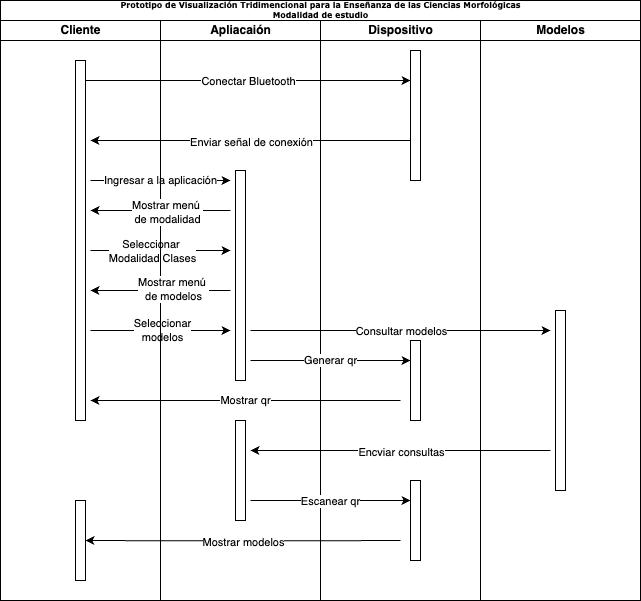
This is Trabajo-Terminal/Recursos/Diagramas diseño/Diagrama de secuencia 1.drawio.png from EmmanuelME25/Trabajo-Terminal, a draw.io export, as it was before one commit. Source tidied: cells renumbered, new cells last; positions are measured from the earlier drawing's top-left corner, leaving out a move shared by most shapes. Its diagram source:
```xml
<mxGraphModel>
  <root>
    <mxCell id="0" />
    <mxCell id="1" parent="0" />
    <mxCell id="2" value="Prototipo de Visualización Tridimencional para la Enseñanza de las Ciencias Morfológicas&lt;br&gt;Modalidad de estudio" style="swimlane;html=1;startSize=20;rounded=0;shadow=0;labelBackgroundColor=none;strokeWidth=1;fontFamily=Verdana;fontSize=8;align=center;" parent="1" vertex="1">
      <mxGeometry width="640" height="600" as="geometry" />
    </mxCell>
    <mxCell id="3" value="Cliente" style="swimlane;html=1;startSize=20;" parent="2" vertex="1">
      <mxGeometry y="20" width="160" height="580" as="geometry" />
    </mxCell>
    <mxCell id="4" value="Ingresar a la aplicación" style="edgeStyle=orthogonalEdgeStyle;rounded=0;orthogonalLoop=1;jettySize=auto;html=1;curved=0;" parent="3" edge="1">
      <mxGeometry relative="1" as="geometry">
        <mxPoint x="90" y="160" as="sourcePoint" />
        <mxPoint x="230" y="160" as="targetPoint" />
      </mxGeometry>
    </mxCell>
    <mxCell id="5" style="edgeStyle=orthogonalEdgeStyle;rounded=0;orthogonalLoop=1;jettySize=auto;html=1;curved=0;" parent="3" edge="1">
      <mxGeometry relative="1" as="geometry">
        <mxPoint x="90" y="230" as="sourcePoint" />
        <mxPoint x="230" y="230" as="targetPoint" />
      </mxGeometry>
    </mxCell>
    <mxCell id="6" value="Seleccionar&amp;nbsp;&lt;br&gt;Modalidad Clases" style="edgeLabel;html=1;align=center;verticalAlign=middle;" parent="5" vertex="1">
      <mxGeometry x="0.07" relative="1" as="geometry">
        <mxPoint x="-14" as="offset" />
      </mxGeometry>
    </mxCell>
    <mxCell id="7" style="edgeStyle=orthogonalEdgeStyle;rounded=0;orthogonalLoop=1;jettySize=auto;html=1;curved=0;" parent="3" edge="1">
      <mxGeometry relative="1" as="geometry">
        <mxPoint x="90" y="310" as="sourcePoint" />
        <mxPoint x="230" y="310" as="targetPoint" />
      </mxGeometry>
    </mxCell>
    <mxCell id="8" value="Seleccionar &lt;br&gt;modelos" style="edgeLabel;html=1;align=center;verticalAlign=middle;" parent="7" vertex="1">
      <mxGeometry x="0.01" y="1" relative="1" as="geometry" />
    </mxCell>
    <mxCell id="9" style="html=1;points=[[0,0,0,0,5],[0,1,0,0,-5],[1,0,0,0,5],[1,1,0,0,-5]];perimeter=orthogonalPerimeter;outlineConnect=0;targetShapes=umlLifeline;portConstraint=eastwest;newEdgeStyle={&quot;curved&quot;:0,&quot;rounded&quot;:0};" parent="3" vertex="1">
      <mxGeometry x="75" y="40" width="10" height="360" as="geometry" />
    </mxCell>
    <mxCell id="10" style="html=1;points=[[0,0,0,0,5],[0,1,0,0,-5],[1,0,0,0,5],[1,1,0,0,-5]];perimeter=orthogonalPerimeter;outlineConnect=0;targetShapes=umlLifeline;portConstraint=eastwest;newEdgeStyle={&quot;curved&quot;:0,&quot;rounded&quot;:0};" parent="3" vertex="1">
      <mxGeometry x="75" y="480" width="10" height="80" as="geometry" />
    </mxCell>
    <mxCell id="11" value="Apliacaión" style="swimlane;html=1;startSize=20;" parent="2" vertex="1">
      <mxGeometry x="160" y="20" width="160" height="580" as="geometry" />
    </mxCell>
    <mxCell id="12" style="edgeStyle=orthogonalEdgeStyle;rounded=0;orthogonalLoop=1;jettySize=auto;html=1;curved=0;" parent="11" edge="1">
      <mxGeometry relative="1" as="geometry">
        <mxPoint x="70" y="190" as="sourcePoint" />
        <mxPoint x="-70" y="190" as="targetPoint" />
      </mxGeometry>
    </mxCell>
    <mxCell id="13" value="Mostrar menú&amp;nbsp;&lt;br&gt;de modalidad" style="edgeLabel;html=1;align=center;verticalAlign=middle;" parent="12" vertex="1">
      <mxGeometry x="-0.08" y="1" relative="1" as="geometry" />
    </mxCell>
    <mxCell id="14" style="edgeStyle=orthogonalEdgeStyle;rounded=0;orthogonalLoop=1;jettySize=auto;html=1;curved=0;" parent="11" edge="1">
      <mxGeometry relative="1" as="geometry">
        <mxPoint x="70" y="270" as="sourcePoint" />
        <mxPoint x="-70" y="270" as="targetPoint" />
      </mxGeometry>
    </mxCell>
    <mxCell id="15" value="Mostrar menú&amp;nbsp;&lt;br&gt;de modelos" style="edgeLabel;html=1;align=center;verticalAlign=middle;" parent="14" vertex="1">
      <mxGeometry x="-0.17" y="-2" relative="1" as="geometry" />
    </mxCell>
    <mxCell id="16" style="edgeStyle=orthogonalEdgeStyle;rounded=0;orthogonalLoop=1;jettySize=auto;html=1;curved=0;" parent="11" edge="1">
      <mxGeometry relative="1" as="geometry">
        <mxPoint x="90" y="310" as="sourcePoint" />
        <mxPoint x="390" y="310" as="targetPoint" />
      </mxGeometry>
    </mxCell>
    <mxCell id="17" value="Consultar modelos" style="edgeLabel;html=1;align=center;verticalAlign=middle;" parent="16" vertex="1">
      <mxGeometry relative="1" as="geometry" />
    </mxCell>
    <mxCell id="18" style="html=1;perimeter=orthogonalPerimeter;targetShapes=umlLifeline;newEdgeStyle={&quot;curved&quot;:0,&quot;rounded&quot;:0};" parent="11" vertex="1">
      <mxGeometry x="75" y="150" width="10" height="210" as="geometry" />
    </mxCell>
    <mxCell id="19" style="html=1;perimeter=orthogonalPerimeter;targetShapes=umlLifeline;newEdgeStyle={&quot;curved&quot;:0,&quot;rounded&quot;:0};" parent="11" vertex="1">
      <mxGeometry x="75" y="400" width="10" height="100" as="geometry" />
    </mxCell>
    <mxCell id="20" value="Dispositivo" style="swimlane;html=1;startSize=20;" parent="2" vertex="1">
      <mxGeometry x="320" y="20" width="160" height="580" as="geometry" />
    </mxCell>
    <mxCell id="21" style="html=1;points=[[0,0,0,0,5],[0,1,0,0,-5],[1,0,0,0,5],[1,1,0,0,-5]];perimeter=orthogonalPerimeter;outlineConnect=0;targetShapes=umlLifeline;portConstraint=eastwest;newEdgeStyle={&quot;curved&quot;:0,&quot;rounded&quot;:0};" parent="20" vertex="1">
      <mxGeometry x="90" y="30" width="10" height="130" as="geometry" />
    </mxCell>
    <mxCell id="22" value="Mostrar qr" style="edgeStyle=orthogonalEdgeStyle;rounded=0;orthogonalLoop=1;jettySize=auto;html=1;curved=0;" parent="20" edge="1">
      <mxGeometry relative="1" as="geometry">
        <mxPoint x="80" y="380" as="sourcePoint" />
        <mxPoint x="-230" y="380" as="targetPoint" />
      </mxGeometry>
    </mxCell>
    <mxCell id="23" style="html=1;perimeter=orthogonalPerimeter;targetShapes=umlLifeline;newEdgeStyle={&quot;curved&quot;:0,&quot;rounded&quot;:0};" parent="20" vertex="1">
      <mxGeometry x="90" y="320" width="10" height="80" as="geometry" />
    </mxCell>
    <mxCell id="24" value="Generar qr" style="edgeStyle=orthogonalEdgeStyle;rounded=0;orthogonalLoop=1;jettySize=auto;html=1;curved=0;" parent="20" edge="1">
      <mxGeometry relative="1" as="geometry">
        <mxPoint x="-70" y="340" as="sourcePoint" />
        <mxPoint x="90" y="340" as="targetPoint" />
      </mxGeometry>
    </mxCell>
    <mxCell id="25" style="html=1;perimeter=orthogonalPerimeter;targetShapes=umlLifeline;newEdgeStyle={&quot;curved&quot;:0,&quot;rounded&quot;:0};" parent="20" vertex="1">
      <mxGeometry x="90" y="460" width="10" height="80" as="geometry" />
    </mxCell>
    <mxCell id="26" style="edgeStyle=orthogonalEdgeStyle;rounded=0;orthogonalLoop=1;jettySize=auto;html=1;curved=0;" parent="20" edge="1">
      <mxGeometry relative="1" as="geometry">
        <mxPoint x="-70" y="480" as="sourcePoint" />
        <mxPoint x="90" y="480" as="targetPoint" />
      </mxGeometry>
    </mxCell>
    <mxCell id="27" value="Escanear qr" style="edgeLabel;html=1;align=center;verticalAlign=middle;" parent="26" vertex="1">
      <mxGeometry x="-0.01" relative="1" as="geometry" />
    </mxCell>
    <mxCell id="28" value="Modelos" style="swimlane;html=1;startSize=20;" parent="2" vertex="1">
      <mxGeometry x="480" y="20" width="160" height="580" as="geometry" />
    </mxCell>
    <mxCell id="29" style="edgeStyle=orthogonalEdgeStyle;rounded=0;orthogonalLoop=1;jettySize=auto;html=1;curved=0;" parent="28" edge="1">
      <mxGeometry relative="1" as="geometry">
        <mxPoint x="70" y="430" as="sourcePoint" />
        <mxPoint x="-230" y="430" as="targetPoint" />
      </mxGeometry>
    </mxCell>
    <mxCell id="30" value="Encviar consultas" style="edgeLabel;html=1;align=center;verticalAlign=middle;" parent="29" vertex="1">
      <mxGeometry y="1" relative="1" as="geometry" />
    </mxCell>
    <mxCell id="31" style="html=1;perimeter=orthogonalPerimeter;targetShapes=umlLifeline;newEdgeStyle={&quot;curved&quot;:0,&quot;rounded&quot;:0};" parent="28" vertex="1">
      <mxGeometry x="75" y="290" width="10" height="180" as="geometry" />
    </mxCell>
    <mxCell id="32" style="edgeStyle=orthogonalEdgeStyle;rounded=0;jettySize=auto;html=1;" parent="2" edge="1" source="9" target="21">
      <mxGeometry relative="1" as="geometry">
        <Array as="points">
          <mxPoint x="400" y="80" />
          <mxPoint x="400" y="80" />
        </Array>
      </mxGeometry>
    </mxCell>
    <mxCell id="33" value="Conectar Bluetooth" style="edgeLabel;html=1;align=center;verticalAlign=middle;" parent="32" vertex="1">
      <mxGeometry relative="1" as="geometry" />
    </mxCell>
    <mxCell id="34" style="edgeStyle=orthogonalEdgeStyle;rounded=0;jettySize=auto;html=1;curved=0;" parent="2" edge="1" source="21">
      <mxGeometry relative="1" as="geometry">
        <mxPoint x="90" y="140" as="targetPoint" />
        <Array as="points">
          <mxPoint x="89" y="140" />
        </Array>
      </mxGeometry>
    </mxCell>
    <mxCell id="35" value="Enviar señal de conexión" style="edgeLabel;html=1;align=center;verticalAlign=middle;" parent="34" vertex="1">
      <mxGeometry x="0.37" y="1" relative="1" as="geometry">
        <mxPoint x="60" as="offset" />
      </mxGeometry>
    </mxCell>
    <mxCell id="36" style="edgeStyle=orthogonalEdgeStyle;rounded=0;jettySize=auto;html=1;curved=0;" parent="2" edge="1" target="10">
      <mxGeometry relative="1" as="geometry">
        <mxPoint x="400" y="540" as="sourcePoint" />
      </mxGeometry>
    </mxCell>
    <mxCell id="37" value="Mostrar modelos" style="edgeLabel;html=1;align=center;verticalAlign=middle;" parent="36" vertex="1">
      <mxGeometry y="1" relative="1" as="geometry">
        <mxPoint x="-1" as="offset" />
      </mxGeometry>
    </mxCell>
  </root>
</mxGraphModel>
```
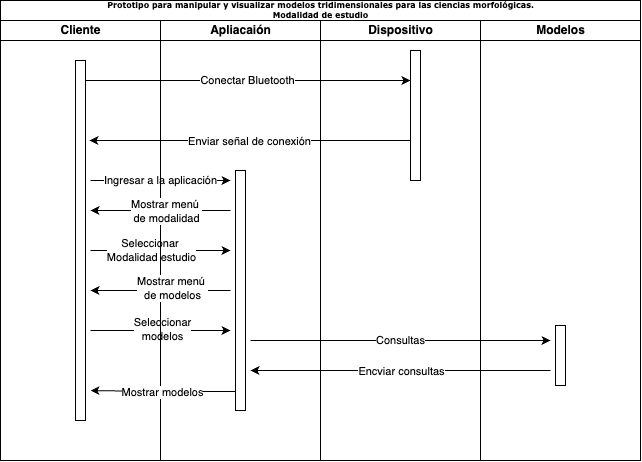
After the commit.

What changed in the source:
```diff
@@ -2,11 +2,11 @@
   <root>
     <mxCell id="0" />
     <mxCell id="1" parent="0" />
-    <mxCell id="2" value="Prototipo de Visualización Tridimencional para la Enseñanza de las Ciencias Morfológicas&lt;br&gt;Modalidad de estudio" style="swimlane;html=1;startSize=20;rounded=0;shadow=0;labelBackgroundColor=none;strokeWidth=1;fontFamily=Verdana;fontSize=8;align=center;" parent="1" vertex="1">
-      <mxGeometry width="640" height="600" as="geometry" />
+    <mxCell id="2" value="Prototipo para manipular y visualizar modelos tridimensionales para las ciencias morfológicas.&lt;br&gt;Modalidad de estudio" style="swimlane;html=1;startSize=20;rounded=0;shadow=0;labelBackgroundColor=none;strokeWidth=1;fontFamily=Verdana;fontSize=8;align=center;" parent="1" vertex="1">
+      <mxGeometry width="640" height="460" as="geometry" />
     </mxCell>
     <mxCell id="3" value="Cliente" style="swimlane;html=1;startSize=20;" parent="2" vertex="1">
-      <mxGeometry y="20" width="160" height="580" as="geometry" />
+      <mxGeometry y="20" width="160" height="440" as="geometry" />
     </mxCell>
     <mxCell id="4" value="Ingresar a la aplicación" style="edgeStyle=orthogonalEdgeStyle;rounded=0;orthogonalLoop=1;jettySize=auto;html=1;curved=0;" parent="3" edge="1">
       <mxGeometry relative="1" as="geometry">
@@ -20,7 +20,7 @@
         <mxPoint x="230" y="230" as="targetPoint" />
       </mxGeometry>
     </mxCell>
-    <mxCell id="6" value="Seleccionar&amp;nbsp;&lt;br&gt;Modalidad Clases" style="edgeLabel;html=1;align=center;verticalAlign=middle;" parent="5" vertex="1">
+    <mxCell id="6" value="Seleccionar&amp;nbsp;&lt;br&gt;Modalidad estudio" style="edgeLabel;html=1;align=center;verticalAlign=middle;" parent="5" vertex="1">
       <mxGeometry x="0.07" relative="1" as="geometry">
         <mxPoint x="-14" as="offset" />
       </mxGeometry>
@@ -37,11 +37,8 @@
     <mxCell id="9" style="html=1;points=[[0,0,0,0,5],[0,1,0,0,-5],[1,0,0,0,5],[1,1,0,0,-5]];perimeter=orthogonalPerimeter;outlineConnect=0;targetShapes=umlLifeline;portConstraint=eastwest;newEdgeStyle={&quot;curved&quot;:0,&quot;rounded&quot;:0};" parent="3" vertex="1">
       <mxGeometry x="75" y="40" width="10" height="360" as="geometry" />
     </mxCell>
-    <mxCell id="10" style="html=1;points=[[0,0,0,0,5],[0,1,0,0,-5],[1,0,0,0,5],[1,1,0,0,-5]];perimeter=orthogonalPerimeter;outlineConnect=0;targetShapes=umlLifeline;portConstraint=eastwest;newEdgeStyle={&quot;curved&quot;:0,&quot;rounded&quot;:0};" parent="3" vertex="1">
-      <mxGeometry x="75" y="480" width="10" height="80" as="geometry" />
-    </mxCell>
     <mxCell id="11" value="Apliacaión" style="swimlane;html=1;startSize=20;" parent="2" vertex="1">
-      <mxGeometry x="160" y="20" width="160" height="580" as="geometry" />
+      <mxGeometry x="160" y="20" width="160" height="440" as="geometry" />
     </mxCell>
     <mxCell id="12" style="edgeStyle=orthogonalEdgeStyle;rounded=0;orthogonalLoop=1;jettySize=auto;html=1;curved=0;" parent="11" edge="1">
       <mxGeometry relative="1" as="geometry">
@@ -61,68 +58,55 @@
     <mxCell id="15" value="Mostrar menú&amp;nbsp;&lt;br&gt;de modelos" style="edgeLabel;html=1;align=center;verticalAlign=middle;" parent="14" vertex="1">
       <mxGeometry x="-0.17" y="-2" relative="1" as="geometry" />
     </mxCell>
+    <mxCell id="18" style="html=1;perimeter=orthogonalPerimeter;targetShapes=umlLifeline;newEdgeStyle={&quot;curved&quot;:0,&quot;rounded&quot;:0};" parent="11" vertex="1">
+      <mxGeometry x="75" y="150" width="10" height="240" as="geometry" />
+    </mxCell>
+    <mxCell id="36" style="edgeStyle=orthogonalEdgeStyle;rounded=0;orthogonalLoop=1;jettySize=auto;html=1;curved=0;" parent="11" edge="1">
+      <mxGeometry relative="1" as="geometry">
+        <mxPoint x="75" y="370" as="sourcePoint" />
+        <mxPoint x="-70" y="370" as="targetPoint" />
+        <Array as="points">
+          <mxPoint x="75" y="371" />
+          <mxPoint x="3" y="371" />
+          <mxPoint x="3" y="370" />
+          <mxPoint x="-70" y="370" />
+        </Array>
+      </mxGeometry>
+    </mxCell>
+    <mxCell id="37" value="Mostrar modelos" style="edgeLabel;html=1;align=center;verticalAlign=middle;" parent="36" vertex="1">
+      <mxGeometry y="1" relative="1" as="geometry">
+        <mxPoint x="-1" as="offset" />
+      </mxGeometry>
+    </mxCell>
+    <mxCell id="20" value="Dispositivo" style="swimlane;html=1;startSize=20;" parent="2" vertex="1">
+      <mxGeometry x="320" y="20" width="160" height="440" as="geometry" />
+    </mxCell>
+    <mxCell id="21" style="html=1;points=[[0,0,0,0,5],[0,1,0,0,-5],[1,0,0,0,5],[1,1,0,0,-5]];perimeter=orthogonalPerimeter;outlineConnect=0;targetShapes=umlLifeline;portConstraint=eastwest;newEdgeStyle={&quot;curved&quot;:0,&quot;rounded&quot;:0};" parent="20" vertex="1">
+      <mxGeometry x="90" y="30" width="10" height="130" as="geometry" />
+    </mxCell>
-    <mxCell id="16" style="edgeStyle=orthogonalEdgeStyle;rounded=0;orthogonalLoop=1;jettySize=auto;html=1;curved=0;" parent="11" edge="1">
+    <mxCell id="16" style="edgeStyle=orthogonalEdgeStyle;rounded=0;orthogonalLoop=1;jettySize=auto;html=1;curved=0;" parent="20" edge="1">
       <mxGeometry relative="1" as="geometry">
-        <mxPoint x="90" y="310" as="sourcePoint" />
-        <mxPoint x="390" y="310" as="targetPoint" />
+        <mxPoint x="-70" y="320" as="sourcePoint" />
+        <mxPoint x="230" y="320" as="targetPoint" />
       </mxGeometry>
     </mxCell>
-    <mxCell id="17" value="Consultar modelos" style="edgeLabel;html=1;align=center;verticalAlign=middle;" parent="16" vertex="1">
+    <mxCell id="17" value="Consultas" style="edgeLabel;html=1;align=center;verticalAlign=middle;" parent="16" vertex="1">
       <mxGeometry relative="1" as="geometry" />
     </mxCell>
-    <mxCell id="18" style="html=1;perimeter=orthogonalPerimeter;targetShapes=umlLifeline;newEdgeStyle={&quot;curved&quot;:0,&quot;rounded&quot;:0};" parent="11" vertex="1">
-      <mxGeometry x="75" y="150" width="10" height="210" as="geometry" />
-    </mxCell>
-    <mxCell id="19" style="html=1;perimeter=orthogonalPerimeter;targetShapes=umlLifeline;newEdgeStyle={&quot;curved&quot;:0,&quot;rounded&quot;:0};" parent="11" vertex="1">
-      <mxGeometry x="75" y="400" width="10" height="100" as="geometry" />
-    </mxCell>
-    <mxCell id="20" value="Dispositivo" style="swimlane;html=1;startSize=20;" parent="2" vertex="1">
-      <mxGeometry x="320" y="20" width="160" height="580" as="geometry" />
-    </mxCell>
-    <mxCell id="21" style="html=1;points=[[0,0,0,0,5],[0,1,0,0,-5],[1,0,0,0,5],[1,1,0,0,-5]];perimeter=orthogonalPerimeter;outlineConnect=0;targetShapes=umlLifeline;portConstraint=eastwest;newEdgeStyle={&quot;curved&quot;:0,&quot;rounded&quot;:0};" parent="20" vertex="1">
-      <mxGeometry x="90" y="30" width="10" height="130" as="geometry" />
-    </mxCell>
-    <mxCell id="22" value="Mostrar qr" style="edgeStyle=orthogonalEdgeStyle;rounded=0;orthogonalLoop=1;jettySize=auto;html=1;curved=0;" parent="20" edge="1">
-      <mxGeometry relative="1" as="geometry">
-        <mxPoint x="80" y="380" as="sourcePoint" />
-        <mxPoint x="-230" y="380" as="targetPoint" />
-      </mxGeometry>
-    </mxCell>
-    <mxCell id="23" style="html=1;perimeter=orthogonalPerimeter;targetShapes=umlLifeline;newEdgeStyle={&quot;curved&quot;:0,&quot;rounded&quot;:0};" parent="20" vertex="1">
-      <mxGeometry x="90" y="320" width="10" height="80" as="geometry" />
-    </mxCell>
-    <mxCell id="24" value="Generar qr" style="edgeStyle=orthogonalEdgeStyle;rounded=0;orthogonalLoop=1;jettySize=auto;html=1;curved=0;" parent="20" edge="1">
-      <mxGeometry relative="1" as="geometry">
-        <mxPoint x="-70" y="340" as="sourcePoint" />
-        <mxPoint x="90" y="340" as="targetPoint" />
-      </mxGeometry>
-    </mxCell>
-    <mxCell id="25" style="html=1;perimeter=orthogonalPerimeter;targetShapes=umlLifeline;newEdgeStyle={&quot;curved&quot;:0,&quot;rounded&quot;:0};" parent="20" vertex="1">
-      <mxGeometry x="90" y="460" width="10" height="80" as="geometry" />
-    </mxCell>
-    <mxCell id="26" style="edgeStyle=orthogonalEdgeStyle;rounded=0;orthogonalLoop=1;jettySize=auto;html=1;curved=0;" parent="20" edge="1">
-      <mxGeometry relative="1" as="geometry">
-        <mxPoint x="-70" y="480" as="sourcePoint" />
-        <mxPoint x="90" y="480" as="targetPoint" />
-      </mxGeometry>
-    </mxCell>
-    <mxCell id="27" value="Escanear qr" style="edgeLabel;html=1;align=center;verticalAlign=middle;" parent="26" vertex="1">
-      <mxGeometry x="-0.01" relative="1" as="geometry" />
-    </mxCell>
-    <mxCell id="28" value="Modelos" style="swimlane;html=1;startSize=20;" parent="2" vertex="1">
-      <mxGeometry x="480" y="20" width="160" height="580" as="geometry" />
-    </mxCell>
-    <mxCell id="29" style="edgeStyle=orthogonalEdgeStyle;rounded=0;orthogonalLoop=1;jettySize=auto;html=1;curved=0;" parent="28" edge="1">
+    <mxCell id="29" style="edgeStyle=orthogonalEdgeStyle;rounded=0;orthogonalLoop=1;jettySize=auto;html=1;curved=0;" parent="20" edge="1">
       <mxGeometry relative="1" as="geometry">
-        <mxPoint x="70" y="430" as="sourcePoint" />
-        <mxPoint x="-230" y="430" as="targetPoint" />
+        <mxPoint x="230" y="350" as="sourcePoint" />
+        <mxPoint x="-70" y="350" as="targetPoint" />
       </mxGeometry>
     </mxCell>
     <mxCell id="30" value="Encviar consultas" style="edgeLabel;html=1;align=center;verticalAlign=middle;" parent="29" vertex="1">
       <mxGeometry y="1" relative="1" as="geometry" />
     </mxCell>
+    <mxCell id="28" value="Modelos" style="swimlane;html=1;startSize=20;" parent="2" vertex="1">
+      <mxGeometry x="480" y="20" width="160" height="440" as="geometry" />
+    </mxCell>
     <mxCell id="31" style="html=1;perimeter=orthogonalPerimeter;targetShapes=umlLifeline;newEdgeStyle={&quot;curved&quot;:0,&quot;rounded&quot;:0};" parent="28" vertex="1">
-      <mxGeometry x="75" y="290" width="10" height="180" as="geometry" />
+      <mxGeometry x="75" y="305" width="10" height="60" as="geometry" />
     </mxCell>
     <mxCell id="32" style="edgeStyle=orthogonalEdgeStyle;rounded=0;jettySize=auto;html=1;" parent="2" edge="1" source="9" target="21">
       <mxGeometry relative="1" as="geometry">
@@ -148,15 +132,5 @@
         <mxPoint x="60" as="offset" />
       </mxGeometry>
     </mxCell>
-    <mxCell id="36" style="edgeStyle=orthogonalEdgeStyle;rounded=0;jettySize=auto;html=1;curved=0;" parent="2" edge="1" target="10">
-      <mxGeometry relative="1" as="geometry">
-        <mxPoint x="400" y="540" as="sourcePoint" />
-      </mxGeometry>
-    </mxCell>
-    <mxCell id="37" value="Mostrar modelos" style="edgeLabel;html=1;align=center;verticalAlign=middle;" parent="36" vertex="1">
-      <mxGeometry y="1" relative="1" as="geometry">
-        <mxPoint x="-1" as="offset" />
-      </mxGeometry>
-    </mxCell>
   </root>
 </mxGraphModel>
```
